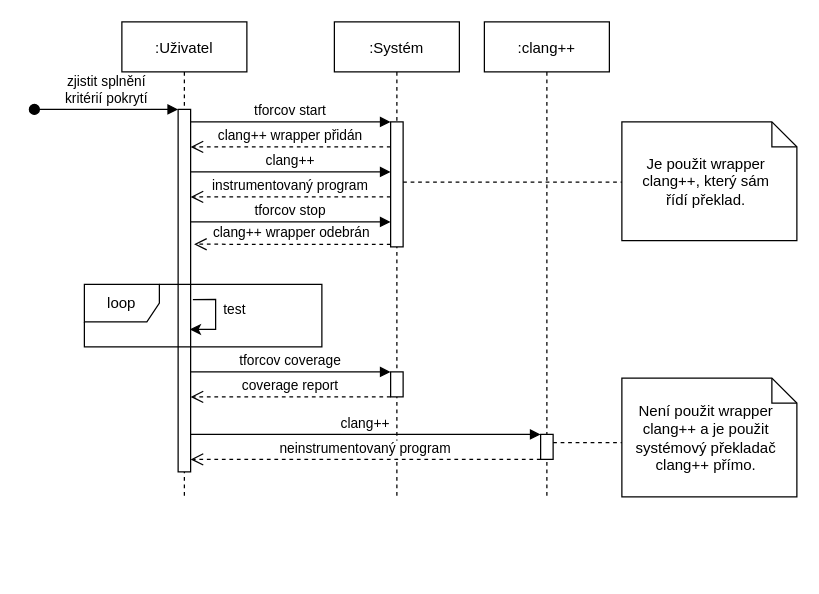
Before: system_sequence_diagram.drawio in petkapou/DIP_diagrams, a draw.io diagram. Source tidied: cells renumbered, new cells numbered last; positions are measured from the earlier drawing's top-left corner, leaving out a move shared by most shapes. Both pictures are drawn from the tidied source at 125%, with x=0, y=0 at pixel (34, 21).
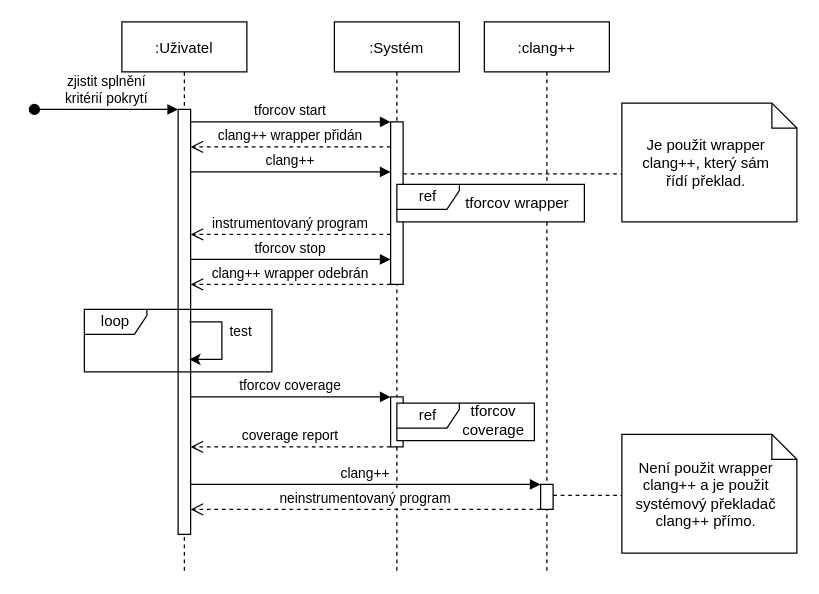
The same diagram, later.

Diff of the diagram source:
```diff
@@
     <mxCell id="2" value=":Uživatel" style="shape=umlLifeline;perimeter=lifelinePerimeter;rounded=0;shadow=0;strokeWidth=1;" parent="1" vertex="1">
-      <mxGeometry x="70" width="100" height="380" as="geometry" />
+      <mxGeometry x="70" width="100" height="440" as="geometry" />
     </mxCell>
     <mxCell id="3" style="points=[];perimeter=orthogonalPerimeter;rounded=0;shadow=0;strokeWidth=1;" parent="2" vertex="1">
-      <mxGeometry x="45" y="70" width="10" height="290" as="geometry" />
+      <mxGeometry x="45" y="70" width="10" height="340" as="geometry" />
     </mxCell>
@@
-    <mxCell id="5" value="test" style="endArrow=classic;html=1;rounded=0;entryX=0.943;entryY=0.607;entryDx=0;entryDy=0;entryPerimeter=0;exitX=1.181;exitY=0.525;exitDx=0;exitDy=0;exitPerimeter=0;" parent="2" edge="1" source="3" target="3">
+    <mxCell id="5" value="test" style="endArrow=classic;html=1;rounded=0;" parent="2" edge="1">
       <mxGeometry x="-0.17" y="15" relative="1" as="geometry">
+        <mxPoint x="54" y="240" as="sourcePoint" />
+        <mxPoint x="54" y="270" as="targetPoint" />
         <Array as="points">
-          <mxPoint x="75" y="222" />
-          <mxPoint x="75" y="246" />
+          <mxPoint x="80" y="240" />
+          <mxPoint x="80" y="270" />
         </Array>
       </mxGeometry>
     </mxCell>
     <mxCell id="6" value=":Systém" style="shape=umlLifeline;perimeter=lifelinePerimeter;rounded=0;shadow=0;strokeWidth=1;" parent="1" vertex="1">
-      <mxGeometry x="240" width="100" height="380" as="geometry" />
+      <mxGeometry x="240" width="100" height="440" as="geometry" />
     </mxCell>
     <mxCell id="7" style="points=[];perimeter=orthogonalPerimeter;rounded=0;shadow=0;strokeWidth=1;" parent="6" vertex="1">
-      <mxGeometry x="45" y="80" width="10" height="100" as="geometry" />
+      <mxGeometry x="45" y="80" width="10" height="130" as="geometry" />
     </mxCell>
     <mxCell id="8" style="points=[];perimeter=orthogonalPerimeter;rounded=0;shadow=0;strokeWidth=1;" parent="6" vertex="1">
-      <mxGeometry x="45" y="280" width="10" height="20" as="geometry" />
+      <mxGeometry x="45" y="300" width="10" height="40" as="geometry" />
     </mxCell>
@@
     <mxCell id="11" value="tforcov coverage" style="verticalAlign=bottom;endArrow=block;shadow=0;strokeWidth=1;" parent="1" edge="1" source="3" target="8">
-      <mxGeometry relative="1" as="geometry">
-        <Array as="points">
-          <mxPoint x="260" y="280" />
-        </Array>
-      </mxGeometry>
+      <mxGeometry relative="1" as="geometry" />
     </mxCell>
     <mxCell id="12" value="coverage report" style="verticalAlign=bottom;endArrow=open;dashed=1;endSize=8;shadow=0;strokeWidth=1;" parent="1" edge="1" source="8" target="3">
       <mxGeometry relative="1" as="geometry">
         <Array as="points">
-          <mxPoint x="255" y="300" />
+          <mxPoint x="250" y="340" />
         </Array>
       </mxGeometry>
     </mxCell>
     <mxCell id="13" value="tforcov stop" style="verticalAlign=bottom;endArrow=block;shadow=0;strokeWidth=1;" parent="1" edge="1" source="3" target="7">
       <mxGeometry relative="1" as="geometry">
         <Array as="points">
-          <mxPoint x="170" y="160" />
+          <mxPoint x="170" y="190" />
         </Array>
       </mxGeometry>
     </mxCell>
-    <mxCell id="14" value="clang++ wrapper odebrán" style="verticalAlign=bottom;endArrow=open;dashed=1;endSize=8;shadow=0;strokeWidth=1;entryX=1.276;entryY=0.372;entryDx=0;entryDy=0;entryPerimeter=0;" parent="1" edge="1" source="7" target="3">
+    <mxCell id="14" value="clang++ wrapper odebrán" style="verticalAlign=bottom;endArrow=open;dashed=1;endSize=8;shadow=0;strokeWidth=1;" parent="1" edge="1" source="7" target="3">
       <mxGeometry relative="1" as="geometry">
         <Array as="points">
-          <mxPoint x="260" y="178" />
+          <mxPoint x="260" y="210" />
         </Array>
       </mxGeometry>
     </mxCell>
@@
     <mxCell id="16" value="instrumentovaný program" style="verticalAlign=bottom;endArrow=open;dashed=1;endSize=8;shadow=0;strokeWidth=1;" parent="1" edge="1" source="7" target="3">
       <mxGeometry relative="1" as="geometry">
         <Array as="points">
-          <mxPoint x="260" y="140" />
+          <mxPoint x="260" y="170" />
         </Array>
       </mxGeometry>
     </mxCell>
     <mxCell id="17" value=":clang++" style="shape=umlLifeline;perimeter=lifelinePerimeter;rounded=0;shadow=0;strokeWidth=1;" parent="1" vertex="1">
-      <mxGeometry x="360" width="100" height="380" as="geometry" />
+      <mxGeometry x="360" width="100" height="440" as="geometry" />
     </mxCell>
     <mxCell id="18" style="points=[];perimeter=orthogonalPerimeter;rounded=0;shadow=0;strokeWidth=1;" parent="17" vertex="1">
-      <mxGeometry x="45" y="330" width="10" height="20" as="geometry" />
+      <mxGeometry x="45" y="370" width="10" height="20" as="geometry" />
     </mxCell>
+    <mxCell id="26" value="ref" style="shape=umlFrame;whiteSpace=wrap;html=1;backgroundOutline=0;swimlaneFillColor=#FFFFFF;gradientColor=none;width=50;height=20;" parent="17" vertex="1">
+      <mxGeometry x="-70" y="130" width="150" height="30" as="geometry" />
+    </mxCell>
+    <mxCell id="27" value="ref" style="shape=umlFrame;whiteSpace=wrap;html=1;backgroundOutline=0;swimlaneFillColor=#FFFFFF;gradientColor=none;width=50;height=20;" parent="17" vertex="1">
+      <mxGeometry x="-70" y="305" width="110" height="30" as="geometry" />
+    </mxCell>
     <mxCell id="19" value="clang++" style="verticalAlign=bottom;endArrow=block;shadow=0;strokeWidth=1;" parent="1" edge="1" source="3" target="18">
       <mxGeometry relative="1" as="geometry">
         <Array as="points">
-          <mxPoint x="205" y="330" />
+          <mxPoint x="200" y="370" />
         </Array>
       </mxGeometry>
     </mxCell>
     <mxCell id="20" value="neinstrumentovaný program" style="verticalAlign=bottom;endArrow=open;dashed=1;endSize=8;shadow=0;strokeWidth=1;" parent="1" edge="1" source="18" target="3">
       <mxGeometry relative="1" as="geometry">
         <Array as="points">
-          <mxPoint x="270" y="350" />
+          <mxPoint x="270" y="390" />
         </Array>
       </mxGeometry>
     </mxCell>
     <mxCell id="21" value="Není použit wrapper clang++ a je použit systémový překladač clang++ přímo." style="shape=note;size=20;whiteSpace=wrap;html=1;spacingLeft=10;spacingRight=15;" parent="1" vertex="1">
-      <mxGeometry x="470" y="285" width="140" height="95" as="geometry" />
+      <mxGeometry x="470" y="330" width="140" height="95" as="geometry" />
     </mxCell>
@@
     <mxCell id="23" value="Je použit wrapper clang++, který sám řídí překlad." style="shape=note;size=20;whiteSpace=wrap;html=1;spacingLeft=10;spacingRight=15;" parent="1" vertex="1">
-      <mxGeometry x="470" y="80" width="140" height="95" as="geometry" />
+      <mxGeometry x="470" y="65" width="140" height="95" as="geometry" />
     </mxCell>
@@
-    <mxCell id="25" value="loop" style="shape=umlFrame;whiteSpace=wrap;html=1;" parent="1" vertex="1">
-      <mxGeometry x="40" y="210" width="190" height="50" as="geometry" />
+    <mxCell id="25" value="loop" style="shape=umlFrame;whiteSpace=wrap;html=1;width=50;height=20;" parent="1" vertex="1">
+      <mxGeometry x="40" y="230" width="150" height="50" as="geometry" />
     </mxCell>
+    <mxCell id="28" value="tforcov&lt;br&gt;coverage" style="text;html=1;align=center;verticalAlign=middle;fillColor=none;strokeColor=none;rounded=0;" parent="1" vertex="1">
+      <mxGeometry x="337" y="304" width="60" height="30" as="geometry" />
+    </mxCell>
+    <mxCell id="29" value="tforcov wrapper" style="text;html=1;align=center;verticalAlign=middle;fillColor=none;strokeColor=none;rounded=0;" parent="1" vertex="1">
+      <mxGeometry x="336" y="135" width="100" height="20" as="geometry" />
+    </mxCell>
```
